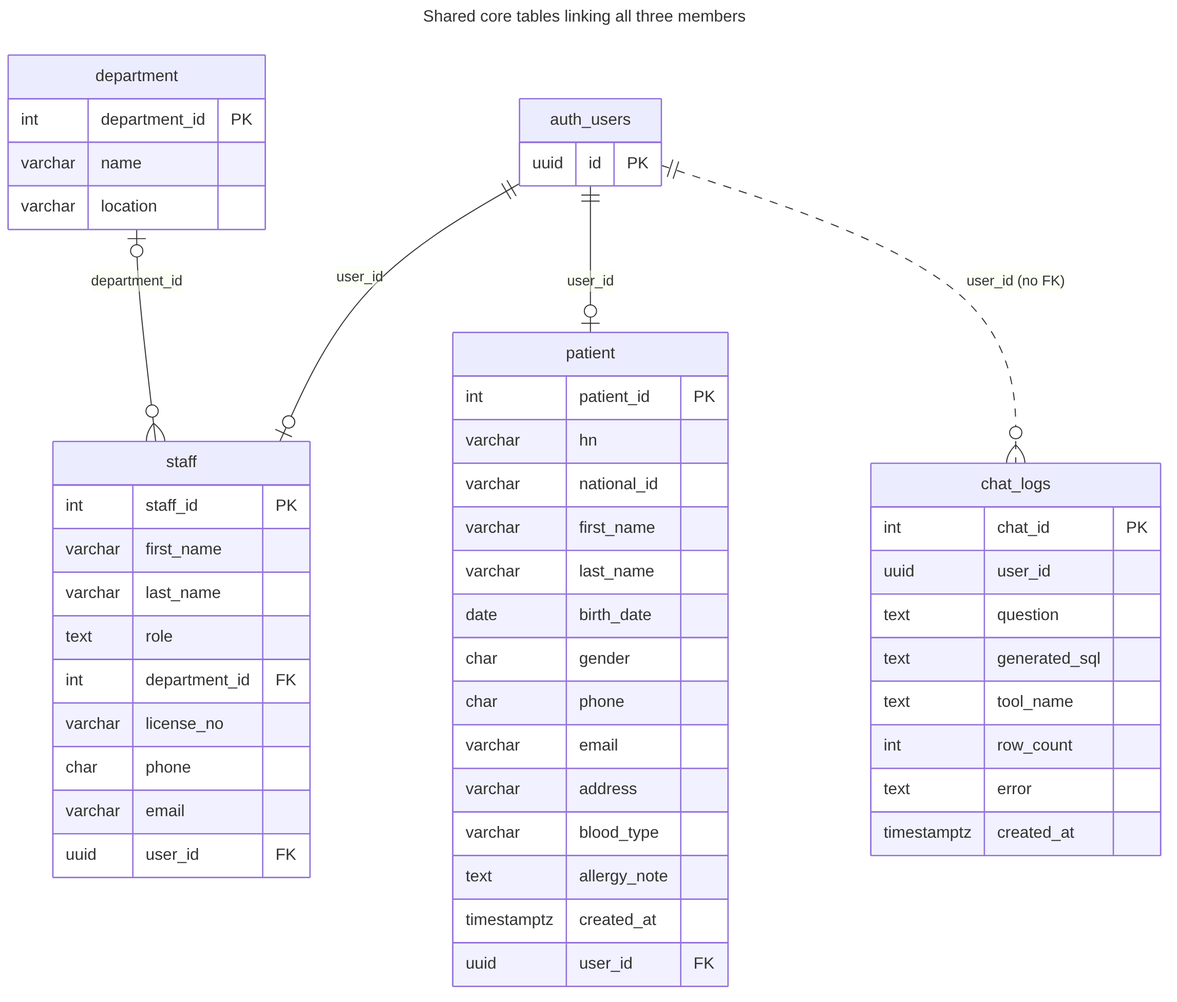
popongfm/AIE313-FinalProj_HospitalSystem keeps this Mermaid diagram as docs/er/er_core_shared.png. Above is the earlier version. Its source is kept beside it as docs/er/er_core_shared.mmd.
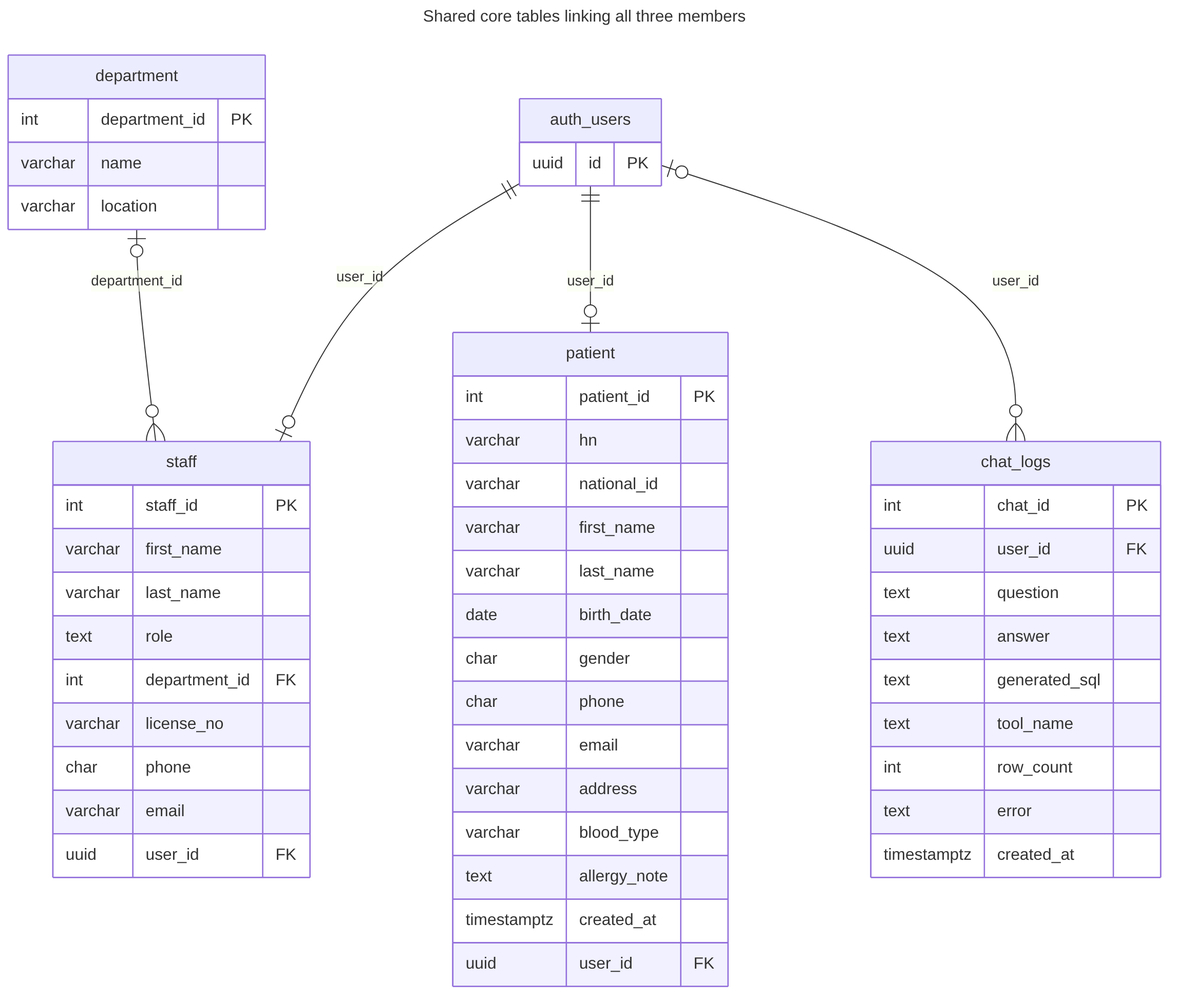
Later version of the same file.

What changed in the source:
```diff
@@ -36,8 +36,9 @@
     }
     chat_logs {
         int chat_id PK
-        uuid user_id
+        uuid user_id FK
         text question
+        text answer
         text generated_sql
         text tool_name
         int row_count
@@ -50,4 +51,4 @@
     department |o--o{ staff : "department_id"
     auth_users ||--o| staff : "user_id"
     auth_users ||--o| patient : "user_id"
-    auth_users ||..o{ chat_logs : "user_id (no FK)"
+    auth_users |o--o{ chat_logs : "user_id"
```
